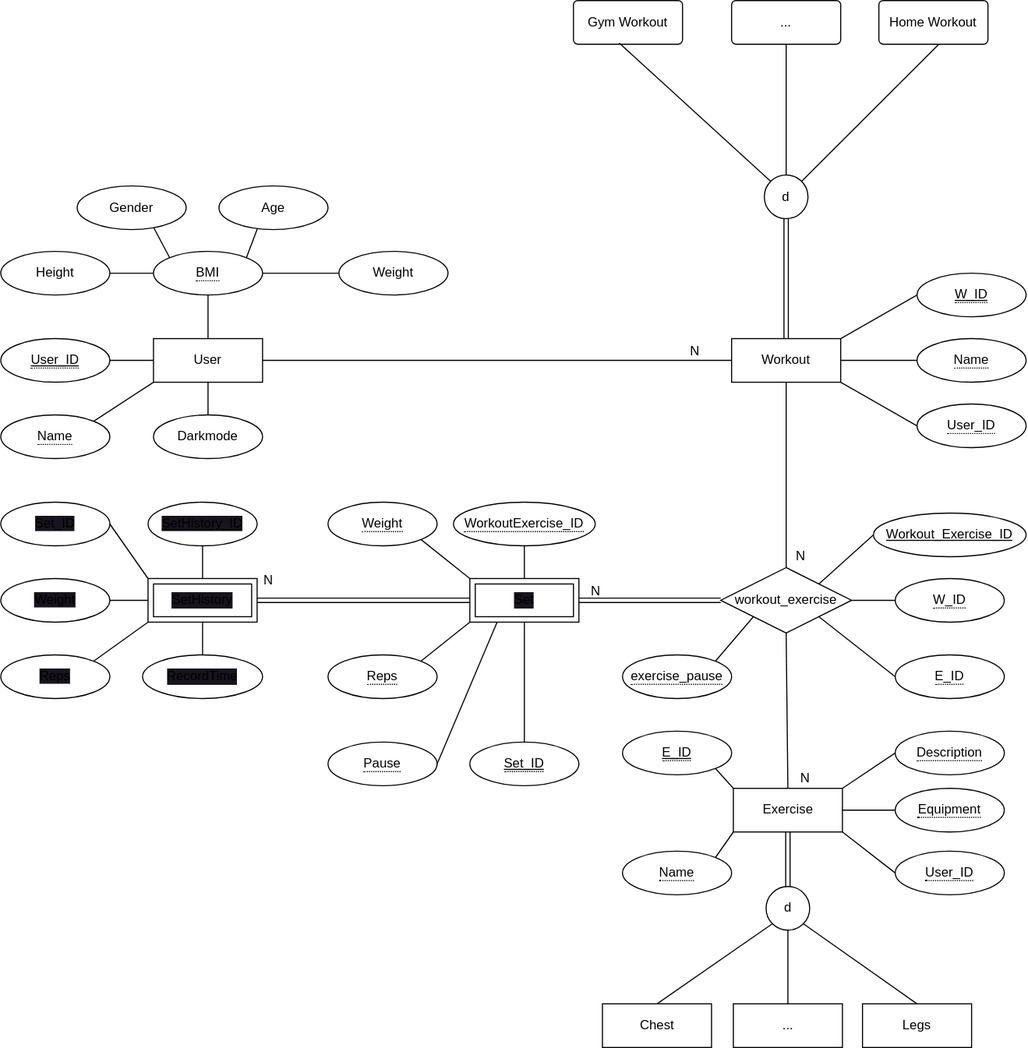
The draw.io diagram EER-Diagramm.drawio.svg in willizielke/FitnessWebAppDocumentation, before a commit. Source tidied: cells renumbered, new cells last; positions are measured from the earlier drawing's top-left corner, leaving out a move shared by most shapes.
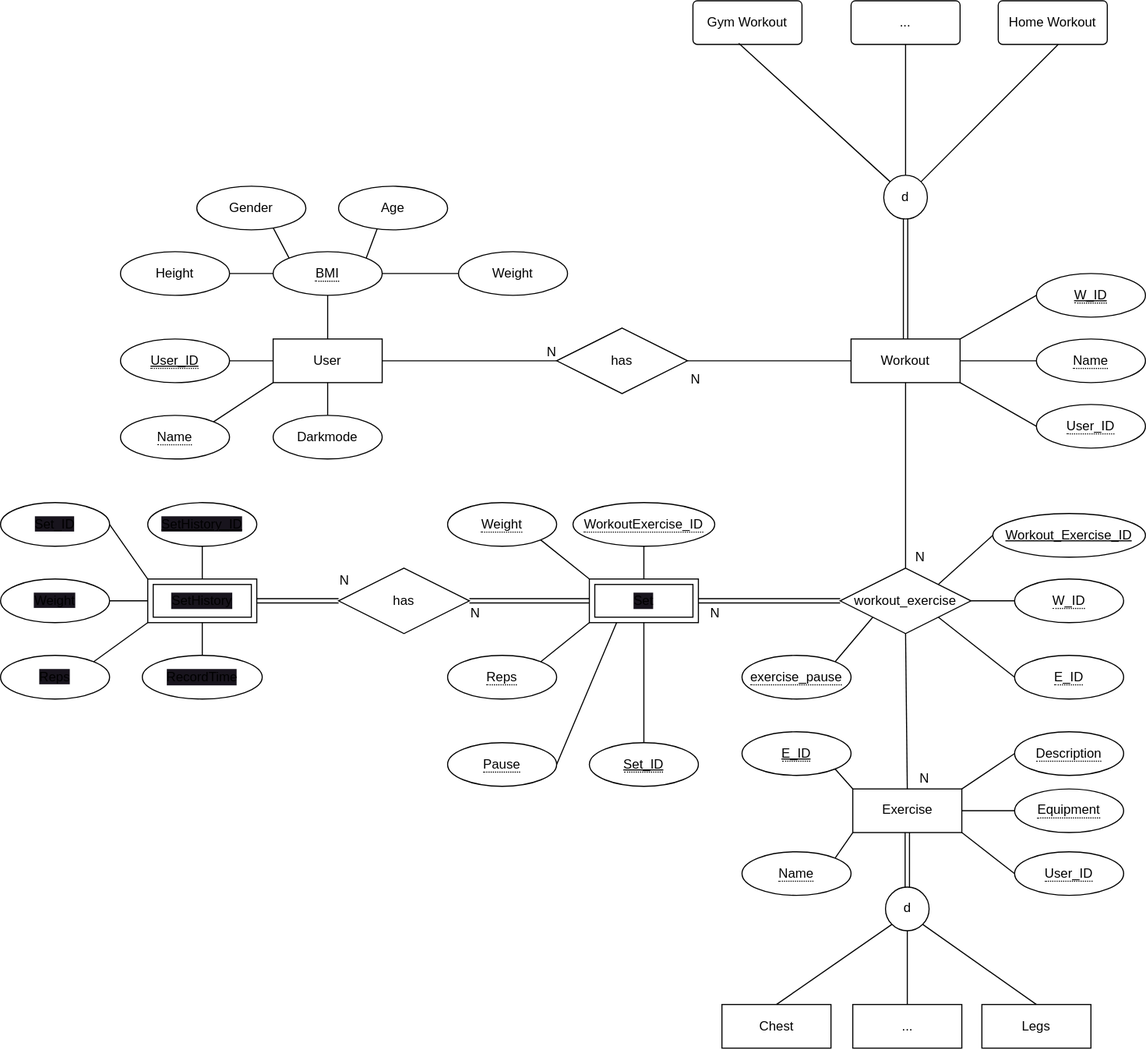
The same diagram one commit later.

Diff of the diagram source:
```diff
@@ -23,13 +23,11 @@
     <mxCell id="8" value="Exercise" style="whiteSpace=wrap;html=1;align=center;" parent="1" vertex="1">
       <mxGeometry x="671.6" y="722.4" width="100" height="40" as="geometry" />
     </mxCell>
-    <mxCell id="9" style="endArrow=none;html=1;rounded=0;exitX=1;exitY=0.5;exitDx=0;exitDy=0;entryX=0;entryY=0.5;entryDx=0;entryDy=0;" parent="1" edge="1" source="2" target="7">
+    <mxCell id="9" style="endArrow=none;html=1;rounded=0;exitX=1;exitY=0.5;exitDx=0;exitDy=0;entryX=0;entryY=0.5;entryDx=0;entryDy=0;" parent="1" edge="1" source="2" target="95">
       <mxGeometry relative="1" as="geometry" />
     </mxCell>
     <mxCell id="10" value="N" style="html=1;align=right;verticalAlign=bottom;" parent="9" vertex="1">
-      <mxGeometry x="1" relative="1" as="geometry">
-        <mxPoint x="-29" as="offset" />
-      </mxGeometry>
+      <mxGeometry x="1" relative="1" as="geometry" />
     </mxCell>
     <mxCell id="11" style="endArrow=none;html=1;rounded=0;exitX=0.5;exitY=1;exitDx=0;exitDy=0;entryX=0.5;entryY=0;entryDx=0;entryDy=0;" parent="1" edge="1" source="13" target="8">
       <mxGeometry relative="1" as="geometry" />
@@ -50,7 +48,7 @@
     </mxCell>
     <mxCell id="16" value="N" style="html=1;align=right;verticalAlign=bottom;" parent="15" vertex="1">
       <mxGeometry x="1" relative="1" as="geometry">
-        <mxPoint x="21" as="offset" />
+        <mxPoint x="20" y="20" as="offset" />
       </mxGeometry>
     </mxCell>
     <mxCell id="17" value="Height" style="ellipse;whiteSpace=wrap;html=1;align=center;" parent="1" vertex="1">
@@ -78,10 +76,10 @@
       <mxGeometry relative="1" as="geometry" />
     </mxCell>
     <mxCell id="25" value="SetHistory" style="shape=ext;margin=3;double=1;whiteSpace=wrap;html=1;align=center;labelBackgroundColor=#18141D;" parent="1" vertex="1">
-      <mxGeometry x="135" y="530" width="100" height="40" as="geometry" />
+      <mxGeometry x="25" y="530" width="100" height="40" as="geometry" />
     </mxCell>
     <mxCell id="26" value="RecordTime" style="ellipse;whiteSpace=wrap;html=1;align=center;labelBackgroundColor=#18141D;" parent="1" vertex="1">
-      <mxGeometry x="130" y="600" width="110" height="40" as="geometry" />
+      <mxGeometry x="20" y="600" width="110" height="40" as="geometry" />
     </mxCell>
     <mxCell id="27" style="endArrow=none;html=1;rounded=0;exitX=0.5;exitY=0;exitDx=0;exitDy=0;entryX=0.5;entryY=1;entryDx=0;entryDy=0;" parent="1" edge="1" source="26" target="25">
       <mxGeometry relative="1" as="geometry" />
@@ -112,12 +110,12 @@
     <mxCell id="35" style="endArrow=none;html=1;entryX=0;entryY=0;entryDx=0;entryDy=0;exitX=0.42;exitY=0.975;exitDx=0;exitDy=0;exitPerimeter=0;" parent="1" edge="1" source="28" target="31">
       <mxGeometry relative="1" as="geometry" />
     </mxCell>
-    <mxCell id="36" style="shape=link;html=1;rounded=0;exitX=0;exitY=0.5;exitDx=0;exitDy=0;entryX=1;entryY=0.5;entryDx=0;entryDy=0;" parent="1" edge="1" source="23" target="25">
+    <mxCell id="36" style="shape=link;html=1;rounded=0;exitX=0;exitY=0.5;exitDx=0;exitDy=0;entryX=1;entryY=0.5;entryDx=0;entryDy=0;startArrow=none;" parent="1" edge="1" source="98" target="25">
       <mxGeometry relative="1" as="geometry" />
     </mxCell>
     <mxCell id="37" value="N" style="html=1;align=right;verticalAlign=bottom;" parent="36" vertex="1">
       <mxGeometry x="1" relative="1" as="geometry">
-        <mxPoint x="15" y="-10" as="offset" />
+        <mxPoint x="85" y="-10" as="offset" />
       </mxGeometry>
     </mxCell>
     <mxCell id="38" style="endArrow=none;html=1;rounded=0;exitX=0.5;exitY=0;exitDx=0;exitDy=0;entryX=0;entryY=0;entryDx=0;entryDy=0;" parent="1" edge="1" source="39" target="49">
@@ -160,25 +158,25 @@
       <mxGeometry relative="1" as="geometry" />
     </mxCell>
     <mxCell id="51" value="&lt;span style=&quot;background-color: rgb(24, 20, 29);&quot;&gt;&lt;u&gt;SetHistory_ID&lt;/u&gt;&lt;/span&gt;" style="ellipse;whiteSpace=wrap;html=1;align=center;" parent="1" vertex="1">
-      <mxGeometry x="135" y="460" width="100" height="40" as="geometry" />
+      <mxGeometry x="25" y="460" width="100" height="40" as="geometry" />
     </mxCell>
     <mxCell id="52" style="edgeStyle=none;html=1;exitX=1;exitY=0.5;exitDx=0;exitDy=0;entryX=0;entryY=0;entryDx=0;entryDy=0;endArrow=none;endFill=0;" parent="1" edge="1" source="53" target="25">
       <mxGeometry relative="1" as="geometry" />
     </mxCell>
     <mxCell id="53" value="&lt;span style=&quot;background-color: rgb(24, 20, 29);&quot;&gt;Set_ID&lt;/span&gt;" style="ellipse;whiteSpace=wrap;html=1;align=center;" parent="1" vertex="1">
-      <mxGeometry y="460" width="100" height="40" as="geometry" />
+      <mxGeometry x="-110" y="460" width="100" height="40" as="geometry" />
     </mxCell>
     <mxCell id="54" style="edgeStyle=none;html=1;exitX=1;exitY=0.5;exitDx=0;exitDy=0;entryX=0;entryY=0.5;entryDx=0;entryDy=0;endArrow=none;endFill=0;" parent="1" edge="1" source="55" target="25">
       <mxGeometry relative="1" as="geometry" />
     </mxCell>
     <mxCell id="55" value="&lt;span style=&quot;background-color: rgb(24, 20, 29);&quot;&gt;Weight&lt;/span&gt;" style="ellipse;whiteSpace=wrap;html=1;align=center;" parent="1" vertex="1">
-      <mxGeometry y="530" width="100" height="40" as="geometry" />
+      <mxGeometry x="-110" y="530" width="100" height="40" as="geometry" />
     </mxCell>
     <mxCell id="56" style="edgeStyle=none;html=1;exitX=1;exitY=0;exitDx=0;exitDy=0;entryX=0;entryY=1;entryDx=0;entryDy=0;endArrow=none;endFill=0;" parent="1" edge="1" source="57" target="25">
       <mxGeometry relative="1" as="geometry" />
     </mxCell>
     <mxCell id="57" value="&lt;span style=&quot;background-color: rgb(24, 20, 29);&quot;&gt;Reps&lt;/span&gt;" style="ellipse;whiteSpace=wrap;html=1;align=center;" parent="1" vertex="1">
-      <mxGeometry y="600" width="100" height="40" as="geometry" />
+      <mxGeometry x="-110" y="600" width="100" height="40" as="geometry" />
     </mxCell>
     <mxCell id="58" style="edgeStyle=none;html=1;exitX=1;exitY=0.5;exitDx=0;exitDy=0;entryX=0;entryY=0.5;entryDx=0;entryDy=0;endArrow=none;endFill=0;" parent="1" edge="1" source="61" target="2">
       <mxGeometry relative="1" as="geometry" />
@@ -290,5 +288,25 @@
     <mxCell id="93" value="&lt;span style=&quot;border-bottom: 1px dotted&quot;&gt;Equipment&lt;/span&gt;" style="ellipse;whiteSpace=wrap;html=1;align=center;" parent="1" vertex="1">
       <mxGeometry x="820" y="722.4" width="100" height="40" as="geometry" />
     </mxCell>
+    <mxCell id="94" style="edgeStyle=none;html=1;exitX=1;exitY=0.5;exitDx=0;exitDy=0;entryX=0;entryY=0.5;entryDx=0;entryDy=0;endArrow=none;endFill=0;" parent="1" edge="1" source="95" target="7">
+      <mxGeometry relative="1" as="geometry" />
+    </mxCell>
+    <mxCell id="95" value="has" style="shape=rhombus;perimeter=rhombusPerimeter;whiteSpace=wrap;html=1;align=center;" parent="1" vertex="1">
+      <mxGeometry x="400" y="300" width="120" height="60" as="geometry" />
+    </mxCell>
+    <mxCell id="96" value="N" style="html=1;align=right;verticalAlign=bottom;" parent="1" vertex="1">
+      <mxGeometry x="430" y="330" as="geometry">
+        <mxPoint x="102" y="25" as="offset" />
+      </mxGeometry>
+    </mxCell>
+    <mxCell id="97" style="shape=link;html=1;rounded=0;exitX=0;exitY=0.5;exitDx=0;exitDy=0;entryX=1;entryY=0.5;entryDx=0;entryDy=0;endArrow=none;" parent="1" edge="1" source="23" target="98">
+      <mxGeometry relative="1" as="geometry" />
+    </mxCell>
+    <mxCell id="98" value="has" style="shape=rhombus;perimeter=rhombusPerimeter;whiteSpace=wrap;html=1;align=center;" parent="1" vertex="1">
+      <mxGeometry x="200" y="520" width="120" height="60" as="geometry" />
+    </mxCell>
+    <mxCell id="99" value="N" style="html=1;align=right;verticalAlign=bottom;" parent="1" vertex="1">
+      <mxGeometry x="330" y="570" as="geometry" />
+    </mxCell>
   </root>
 </mxGraphModel>
```
